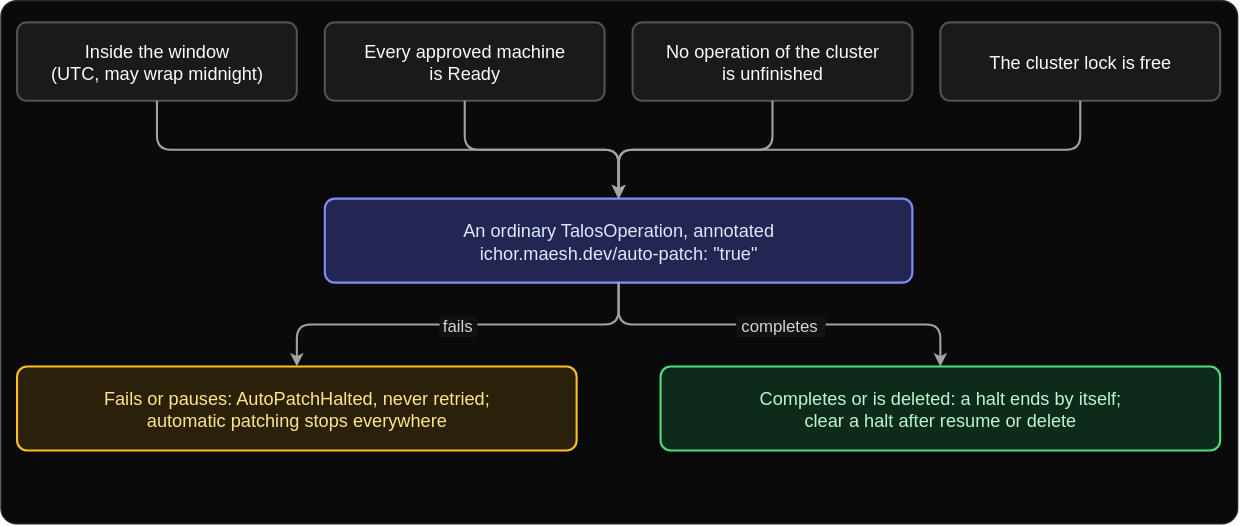
Earlier version of the draw.io export docs/images/settings-auto-patch-gates.dark.drawio.svg (maeshinshin/ichor). Source tidied: cells renumbered, new cells last; positions are measured from the earlier drawing's top-left corner, leaving out a move shared by most shapes.
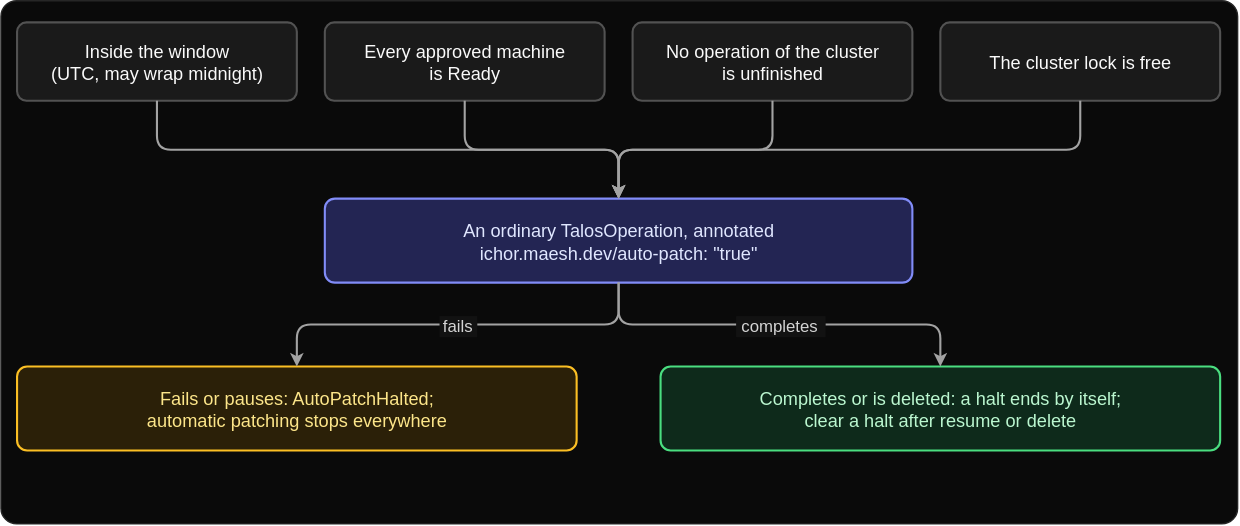
The same diagram one commit later.

Commit message:
docs(settings): shorten the settings pages, drop Cilium from automatic patching

The edit, as a diff of the source:
```diff
@@ -20,7 +20,7 @@
     <mxCell id="7" value="An ordinary TalosOperation, annotated&#10;ichor.maesh.dev/auto-patch: &quot;true&quot;" style="rounded=1;arcSize=12;fillColor=light-dark(#EEF2FF,#232553);strokeColor=light-dark(#6366F1,#818CF8);strokeWidth=1.5;fontColor=light-dark(#1E1B4B,#E0E7FF);fontFamily=Helvetica;fontSize=13;align=center;verticalAlign=middle;html=0;" parent="1" vertex="1">
       <mxGeometry x="232" y="142" width="420" height="60" as="geometry" />
     </mxCell>
-    <mxCell id="8" value="Fails or pauses: AutoPatchHalted, never retried;&#10;automatic patching stops everywhere" style="rounded=1;arcSize=12;fillColor=light-dark(#FFFBEB,#2B2008);strokeColor=light-dark(#D97706,#FBBF24);strokeWidth=1.5;fontColor=light-dark(#78350F,#FDE68A);fontFamily=Helvetica;fontSize=13;align=center;verticalAlign=middle;html=0;" parent="1" vertex="1">
+    <mxCell id="8" value="Fails or pauses: AutoPatchHalted;&#10;automatic patching stops everywhere" style="rounded=1;arcSize=12;fillColor=light-dark(#FFFBEB,#2B2008);strokeColor=light-dark(#D97706,#FBBF24);strokeWidth=1.5;fontColor=light-dark(#78350F,#FDE68A);fontFamily=Helvetica;fontSize=13;align=center;verticalAlign=middle;html=0;" parent="1" vertex="1">
       <mxGeometry x="12" y="262" width="400" height="60" as="geometry" />
     </mxCell>
     <mxCell id="9" value="Completes or is deleted: a halt ends by itself;&#10;clear a halt after resume or delete" style="rounded=1;arcSize=12;fillColor=light-dark(#F0FDF4,#0E2A1B);strokeColor=light-dark(#16A34A,#4ADE80);strokeWidth=1.5;fontColor=light-dark(#14532D,#BBF7D0);fontFamily=Helvetica;fontSize=13;align=center;verticalAlign=middle;html=0;" parent="1" vertex="1">
```
